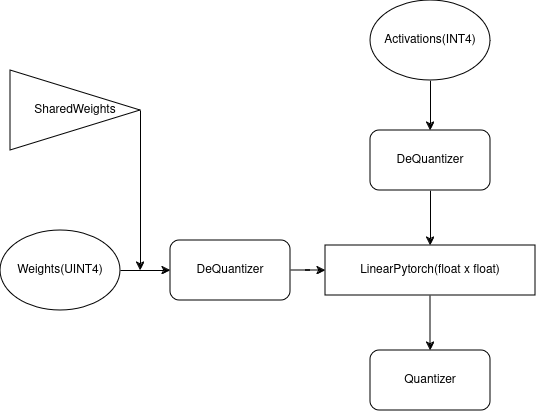
The draw.io diagram quantizer.png in cbezaitis/drawio, before a commit. Source tidied: cells renumbered, new cells last; positions are measured from the earlier drawing's top-left corner, leaving out a move shared by most shapes. Source of this version:
```xml
<mxGraphModel>
  <root>
    <mxCell id="0" />
    <mxCell id="1" parent="0" />
    <mxCell id="2" style="edgeStyle=orthogonalEdgeStyle;rounded=0;jettySize=auto;html=1;exitX=0.5;exitY=1;exitDx=0;exitDy=0;" parent="1" edge="1" source="3">
      <mxGeometry relative="1" as="geometry">
        <mxPoint x="430" y="350" as="targetPoint" />
      </mxGeometry>
    </mxCell>
    <mxCell id="3" value="&lt;div&gt;LinearPytorch(float x float)&lt;/div&gt;" style="rounded=0;whiteSpace=wrap;html=1;align=center;verticalAlign=middle;" parent="1" vertex="1">
      <mxGeometry x="325" y="245" width="210" height="50" as="geometry" />
    </mxCell>
    <mxCell id="4" style="edgeStyle=orthogonalEdgeStyle;rounded=0;jettySize=auto;html=1;exitX=0.5;exitY=1;exitDx=0;exitDy=0;entryX=0.5;entryY=0;entryDx=0;entryDy=0;" parent="1" edge="1" source="5" target="7">
      <mxGeometry relative="1" as="geometry" />
    </mxCell>
    <mxCell id="5" value="Activations(INT4)" style="ellipse;whiteSpace=wrap;html=1;" parent="1" vertex="1">
      <mxGeometry x="370" width="120" height="80" as="geometry" />
    </mxCell>
    <mxCell id="6" style="edgeStyle=orthogonalEdgeStyle;rounded=0;jettySize=auto;html=1;exitX=0.5;exitY=1;exitDx=0;exitDy=0;entryX=0.5;entryY=0;entryDx=0;entryDy=0;" parent="1" edge="1" source="7" target="3">
      <mxGeometry relative="1" as="geometry" />
    </mxCell>
    <mxCell id="7" value="DeQuantizer" style="rounded=1;whiteSpace=wrap;html=1;" parent="1" vertex="1">
      <mxGeometry x="370" y="130" width="120" height="60" as="geometry" />
    </mxCell>
    <mxCell id="8" style="edgeStyle=orthogonalEdgeStyle;rounded=0;jettySize=auto;html=1;exitX=1;exitY=0.5;exitDx=0;exitDy=0;" parent="1" edge="1" source="9" target="11">
      <mxGeometry relative="1" as="geometry" />
    </mxCell>
    <mxCell id="9" value="Weights(UINT4)" style="ellipse;whiteSpace=wrap;html=1;" parent="1" vertex="1">
      <mxGeometry y="230" width="120" height="80" as="geometry" />
    </mxCell>
    <mxCell id="10" style="edgeStyle=orthogonalEdgeStyle;rounded=0;jettySize=auto;html=1;" parent="1" edge="1" source="11" target="3">
      <mxGeometry relative="1" as="geometry" />
    </mxCell>
    <mxCell id="11" value="DeQuantizer" style="rounded=1;whiteSpace=wrap;html=1;" parent="1" vertex="1">
      <mxGeometry x="170" y="240" width="120" height="60" as="geometry" />
    </mxCell>
    <mxCell id="12" value="SharedWeights" style="triangle;whiteSpace=wrap;html=1;" parent="1" vertex="1">
      <mxGeometry x="10" y="70" width="130" height="80" as="geometry" />
    </mxCell>
    <mxCell id="13" style="endArrow=classic;html=1;rounded=0;exitX=1;exitY=0.5;exitDx=0;exitDy=0;" parent="1" edge="1" source="12">
      <mxGeometry relative="1" as="geometry">
        <mxPoint x="140" y="270" as="targetPoint" />
      </mxGeometry>
    </mxCell>
    <mxCell id="14" value="Quantizer" style="rounded=1;whiteSpace=wrap;html=1;" parent="1" vertex="1">
      <mxGeometry x="370" y="350" width="120" height="60" as="geometry" />
    </mxCell>
  </root>
</mxGraphModel>
```
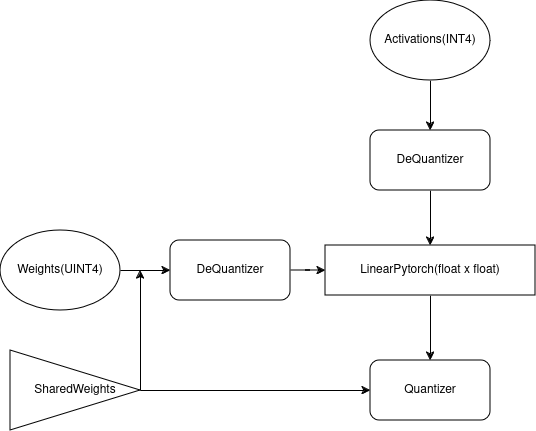
After the change.

The edit, as a diff of the source:
```diff
@@ -2,10 +2,8 @@
   <root>
     <mxCell id="0" />
     <mxCell id="1" parent="0" />
-    <mxCell id="2" style="edgeStyle=orthogonalEdgeStyle;rounded=0;jettySize=auto;html=1;exitX=0.5;exitY=1;exitDx=0;exitDy=0;" parent="1" edge="1" source="3">
-      <mxGeometry relative="1" as="geometry">
-        <mxPoint x="430" y="350" as="targetPoint" />
-      </mxGeometry>
+    <mxCell id="2" style="edgeStyle=orthogonalEdgeStyle;rounded=0;jettySize=auto;html=1;exitX=0.5;exitY=1;exitDx=0;exitDy=0;entryX=0.5;entryY=0;entryDx=0;entryDy=0;entryPerimeter=0;" parent="1" edge="1" source="3" target="14">
+      <mxGeometry relative="1" as="geometry" />
     </mxCell>
     <mxCell id="3" value="&lt;div&gt;LinearPytorch(float x float)&lt;/div&gt;" style="rounded=0;whiteSpace=wrap;html=1;align=center;verticalAlign=middle;" parent="1" vertex="1">
       <mxGeometry x="325" y="245" width="210" height="50" as="geometry" />
@@ -34,8 +32,11 @@
     <mxCell id="11" value="DeQuantizer" style="rounded=1;whiteSpace=wrap;html=1;" parent="1" vertex="1">
       <mxGeometry x="170" y="240" width="120" height="60" as="geometry" />
     </mxCell>
+    <mxCell id="15" style="edgeStyle=orthogonalEdgeStyle;rounded=0;jettySize=auto;html=1;exitX=1;exitY=0.5;exitDx=0;exitDy=0;entryX=0;entryY=0.5;entryDx=0;entryDy=0;" parent="1" edge="1" source="12" target="14">
+      <mxGeometry relative="1" as="geometry" />
+    </mxCell>
     <mxCell id="12" value="SharedWeights" style="triangle;whiteSpace=wrap;html=1;" parent="1" vertex="1">
-      <mxGeometry x="10" y="70" width="130" height="80" as="geometry" />
+      <mxGeometry x="10" y="350" width="130" height="80" as="geometry" />
     </mxCell>
     <mxCell id="13" style="endArrow=classic;html=1;rounded=0;exitX=1;exitY=0.5;exitDx=0;exitDy=0;" parent="1" edge="1" source="12">
       <mxGeometry relative="1" as="geometry">
@@ -43,7 +44,7 @@
       </mxGeometry>
     </mxCell>
     <mxCell id="14" value="Quantizer" style="rounded=1;whiteSpace=wrap;html=1;" parent="1" vertex="1">
-      <mxGeometry x="370" y="350" width="120" height="60" as="geometry" />
+      <mxGeometry x="370" y="360" width="120" height="60" as="geometry" />
     </mxCell>
   </root>
 </mxGraphModel>
```
